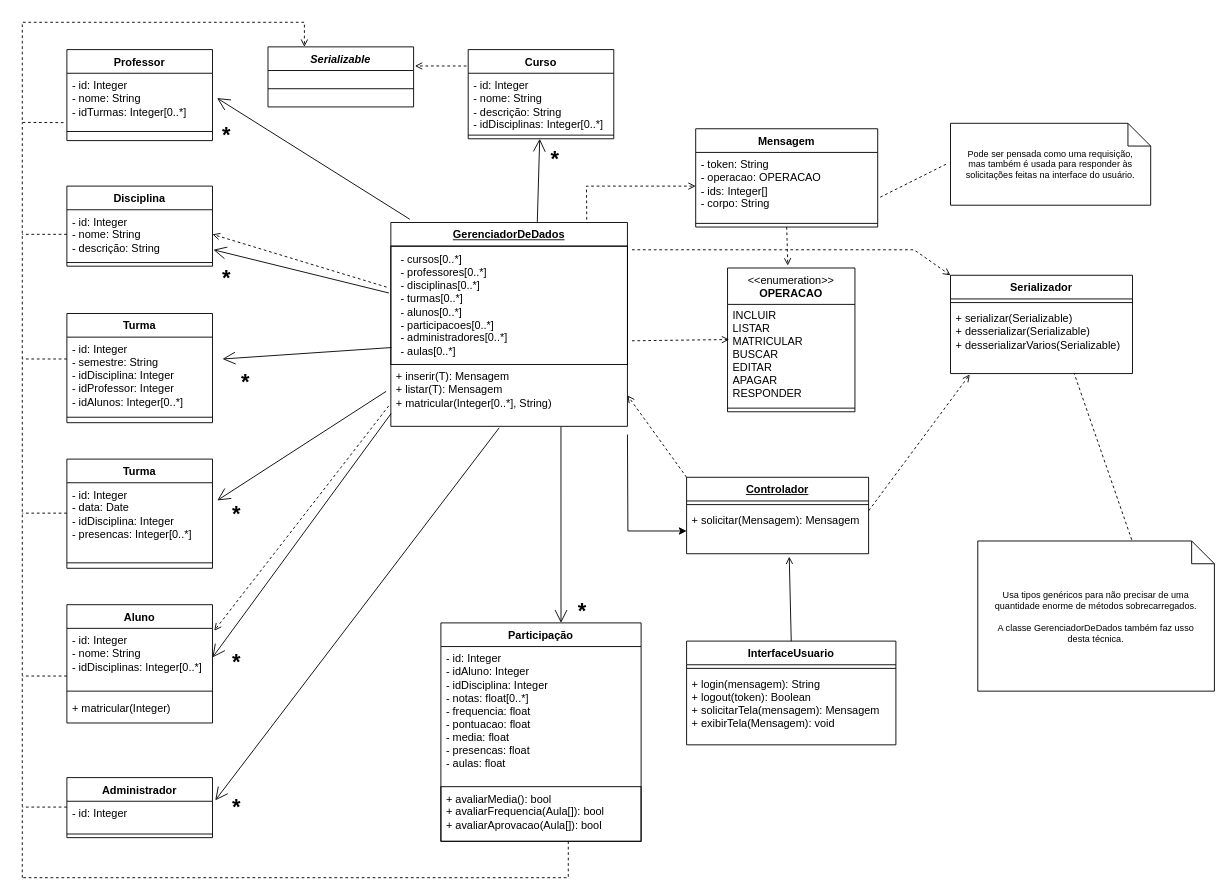
The draw.io diagram docs/entrega/02/escola.drawio in jultty/aps-escola, before the edit. Source tidied: cells renumbered, new cells numbered last; positions are measured from the earlier drawing's top-left corner, leaving out a move shared by most shapes. Both pictures are drawn from the tidied source at 91%, with x=0, y=0 at pixel (22, 22).
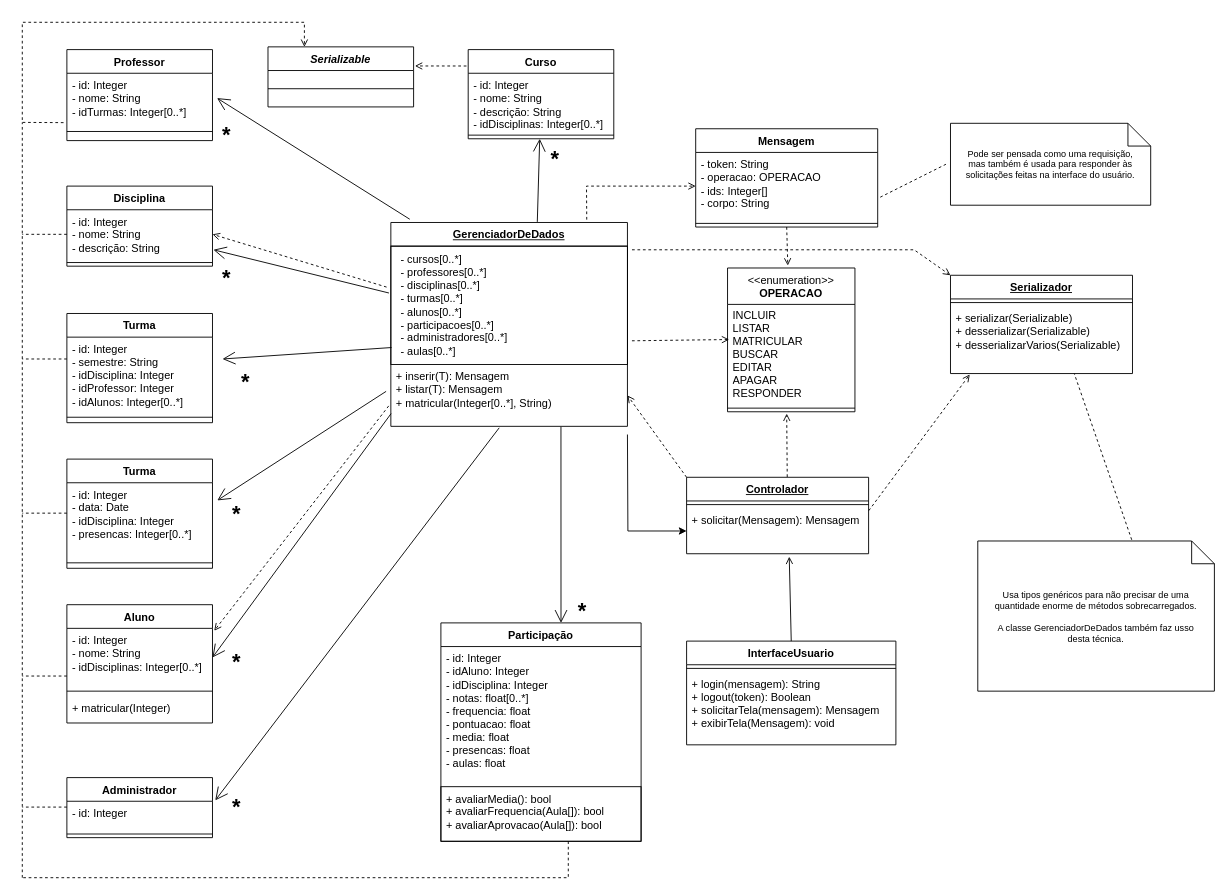
Above is the later version.

The change refers to these unchanged cells:
```xml
<mxCell id="45" value="&lt;u&gt;Controlador&lt;/u&gt;" style="swimlane;fontStyle=1;align=center;verticalAlign=top;horizontal=1;startSize=26;whiteSpace=wrap;html=1;" parent="1" vertex="1">
  <mxGeometry x="730" y="500" width="200" height="84" as="geometry" />
</mxCell>
```

Change to the diagram source:
```diff
@@
-    <mxCell id="78" value="Serializador" style="swimlane;fontStyle=1;align=center;verticalAlign=top;horizontal=1;startSize=26;whiteSpace=wrap;html=1;" parent="1" vertex="1">
+    <mxCell id="78" value="&lt;u&gt;Serializador&lt;/u&gt;" style="swimlane;fontStyle=1;align=center;verticalAlign=top;horizontal=1;startSize=26;whiteSpace=wrap;html=1;" parent="1" vertex="1">
       <mxGeometry x="1020" y="278" width="200" height="108" as="geometry" />
     </mxCell>
@@
+    <mxCell id="88" style="rounded=0;jettySize=auto;html=1;dashed=1;endArrow=open;endFill=0;exitX=0.553;exitY=-0.004;exitDx=0;exitDy=0;exitPerimeter=0;" parent="1" edge="1" source="45">
+      <mxGeometry relative="1" as="geometry">
+        <mxPoint x="840" y="430" as="targetPoint" />
+      </mxGeometry>
+    </mxCell>
```
